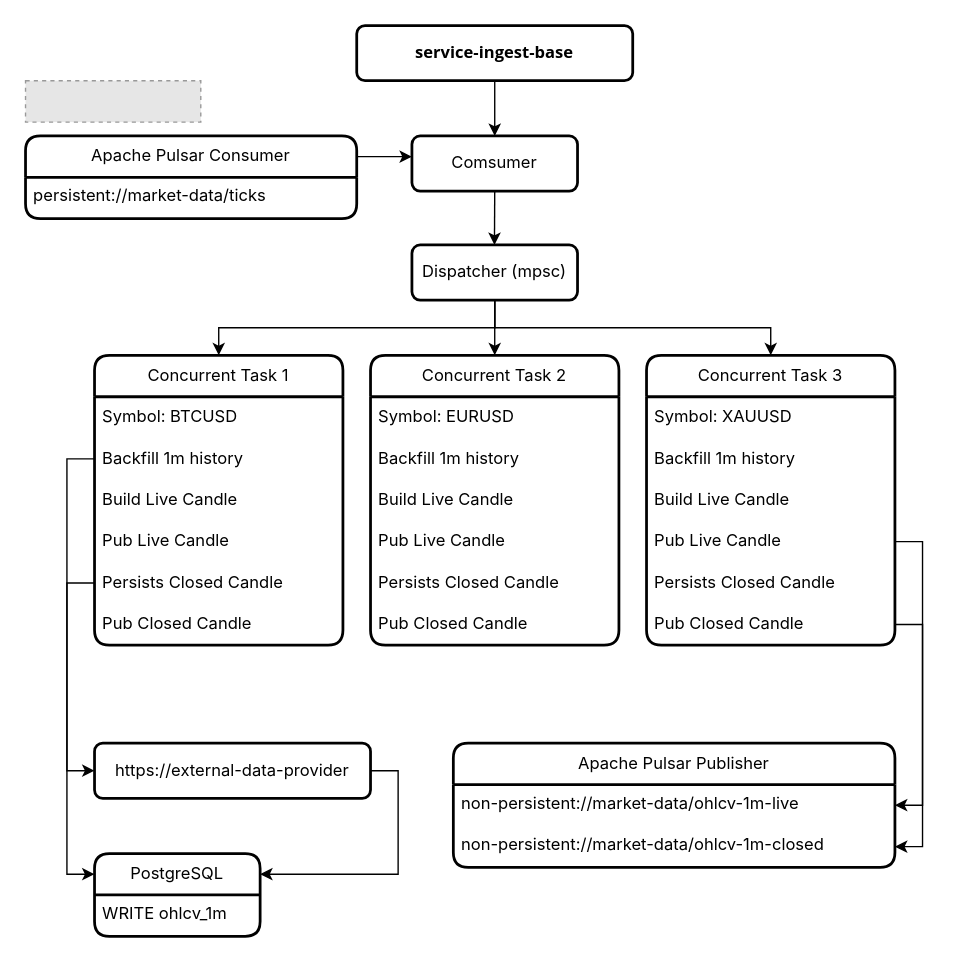
Before: backend/service-docs/docs/assets/service-ingest-base.drawio in rey-sudo/blacker, a draw.io diagram. Source tidied: cells renumbered, new cells numbered last; positions are measured from the earlier drawing's top-left corner, leaving out a move shared by most shapes. Both pictures are drawn from the tidied source at 138%, with x=0, y=0 at pixel (25, 25). Pictures stored in the file or linked from it are replaced by grey dashed boxes.
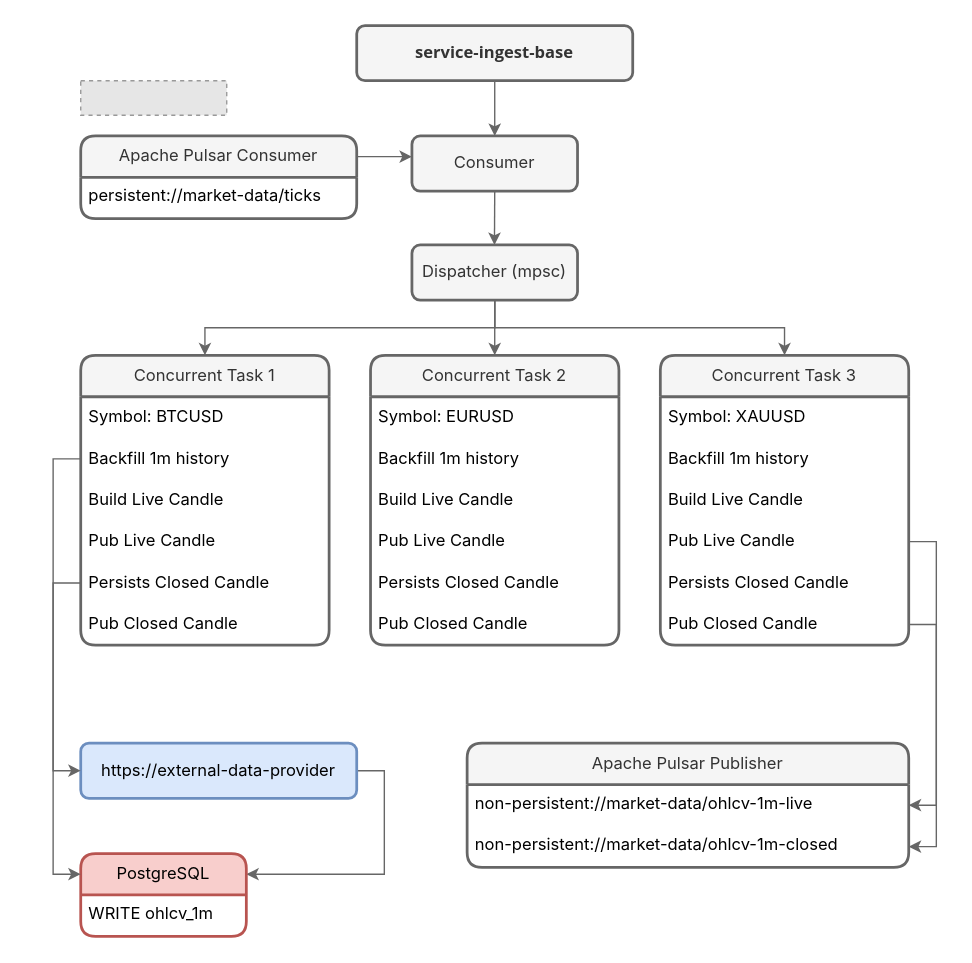
The same diagram, later.

Commit message (it also covers changes not shown here):
update : service-ingest-base documentation.

The change refers to these unchanged cells:
```xml
<mxCell id="24" value="Pub Live Candle" style="text;strokeColor=none;fillColor=none;align=left;verticalAlign=middle;spacingLeft=4;spacingRight=4;overflow=hidden;points=[[0,0.5],[1,0.5]];portConstraint=eastwest;whiteSpace=wrap;html=1;arcSize=12;fontFamily=Inter;" parent="20" vertex="1">
  <mxGeometry y="120" width="180" height="30" as="geometry" />
</mxCell>
<mxCell id="26" value="Pub Closed Candle" style="text;strokeColor=none;fillColor=none;align=left;verticalAlign=middle;spacingLeft=4;spacingRight=4;overflow=hidden;points=[[0,0.5],[1,0.5]];portConstraint=eastwest;whiteSpace=wrap;html=1;arcSize=12;fontFamily=Inter;" parent="20" vertex="1">
  <mxGeometry y="180" width="180" height="30" as="geometry" />
</mxCell>
<mxCell id="29" value="Backfill 1m history" style="text;strokeColor=none;fillColor=none;align=left;verticalAlign=middle;spacingLeft=4;spacingRight=4;overflow=hidden;points=[[0,0.5],[1,0.5]];portConstraint=eastwest;whiteSpace=wrap;html=1;arcSize=12;fontFamily=Inter;" parent="27" vertex="1">
  <mxGeometry y="60" width="180" height="30" as="geometry" />
</mxCell>
<mxCell id="32" value="Persists Closed Candle" style="text;strokeColor=none;fillColor=none;align=left;verticalAlign=middle;spacingLeft=4;spacingRight=4;overflow=hidden;points=[[0,0.5],[1,0.5]];portConstraint=eastwest;whiteSpace=wrap;html=1;arcSize=12;fontFamily=Inter;" parent="27" vertex="1">
  <mxGeometry y="150" width="180" height="30" as="geometry" />
</mxCell>
<mxCell id="39" value="non-persistent://market-data/ohlcv-1m-closed" style="text;strokeColor=none;fillColor=none;align=left;verticalAlign=top;spacingLeft=4;spacingRight=4;overflow=hidden;points=[[0,0.5],[1,0.5]];portConstraint=eastwest;whiteSpace=wrap;html=1;fontSize=12;fontFamily=Inter;" parent="37" vertex="1">
  <mxGeometry y="60" width="320" height="30" as="geometry" />
</mxCell>
```

Change to the diagram source:
```diff
@@
-    <mxCell id="2" style="edgeStyle=orthogonalEdgeStyle;rounded=0;jettySize=auto;html=1;exitX=0.5;exitY=1;exitDx=0;exitDy=0;entryX=0.5;entryY=0;entryDx=0;entryDy=0;" parent="1" edge="1" source="3" target="36">
+    <mxCell id="2" style="edgeStyle=orthogonalEdgeStyle;rounded=0;jettySize=auto;html=1;exitX=0.5;exitY=1;exitDx=0;exitDy=0;entryX=0.5;entryY=0;entryDx=0;entryDy=0;fillColor=#f5f5f5;strokeColor=#666666;" parent="1" edge="1" source="3" target="36">
       <mxGeometry relative="1" as="geometry" />
     </mxCell>
-    <mxCell id="3" value="&lt;b&gt;&lt;font face=&quot;Open Sans&quot;&gt;service-ingest-base&lt;/font&gt;&lt;/b&gt;" style="rounded=1;whiteSpace=wrap;html=1;fontFamily=Inter;fontSize=12;strokeWidth=2;" parent="1" vertex="1">
+    <mxCell id="3" value="&lt;b&gt;&lt;font face=&quot;Open Sans&quot;&gt;service-ingest-base&lt;/font&gt;&lt;/b&gt;" style="rounded=1;whiteSpace=wrap;html=1;fontFamily=Inter;fontSize=12;strokeWidth=2;fillColor=#f5f5f5;fontColor=#333333;strokeColor=#666666;" parent="1" vertex="1">
       <mxGeometry x="240" width="200" height="40" as="geometry" />
     </mxCell>
-    <mxCell id="4" style="fillColor=#E6E6E6;strokeColor=#999999;dashed=1;fontFamily=Inter;" parent="1" vertex="1">
-      <mxGeometry y="40" width="127" height="30" as="geometry" />
-    </mxCell>
-    <mxCell id="5" style="edgeStyle=orthogonalEdgeStyle;rounded=0;orthogonalLoop=1;jettySize=auto;html=1;exitX=0.5;exitY=1;exitDx=0;exitDy=0;fontFamily=Inter;" parent="1" edge="1">
+    <mxCell id="5" style="edgeStyle=orthogonalEdgeStyle;rounded=0;orthogonalLoop=1;jettySize=auto;html=1;exitX=0.5;exitY=1;exitDx=0;exitDy=0;fontFamily=Inter;fillColor=#f5f5f5;strokeColor=#666666;" parent="1" edge="1">
       <mxGeometry relative="1" as="geometry">
         <mxPoint x="340" y="120" as="sourcePoint" />
         <mxPoint x="339.8" y="159" as="targetPoint" />
       </mxGeometry>
     </mxCell>
-    <mxCell id="6" style="edgeStyle=orthogonalEdgeStyle;rounded=0;jettySize=auto;html=1;exitX=1;exitY=0.25;exitDx=0;exitDy=0;entryX=0;entryY=0.5;entryDx=0;entryDy=0;fontFamily=Inter;" parent="1" edge="1" source="7">
+    <mxCell id="6" style="edgeStyle=orthogonalEdgeStyle;rounded=0;jettySize=auto;html=1;exitX=1;exitY=0.25;exitDx=0;exitDy=0;entryX=0;entryY=0.5;entryDx=0;entryDy=0;fontFamily=Inter;fillColor=#f5f5f5;strokeColor=#666666;" parent="1" edge="1" source="7">
       <mxGeometry relative="1" as="geometry">
         <mxPoint x="280" y="95" as="targetPoint" />
       </mxGeometry>
     </mxCell>
-    <mxCell id="7" value="Apache Pulsar Consumer" style="swimlane;fontStyle=0;horizontal=1;startSize=30;whiteSpace=wrap;html=1;fontSize=12;fontFamily=Inter;verticalAlign=middle;rounded=1;arcSize=12;strokeWidth=2;" parent="1" vertex="1">
-      <mxGeometry y="80" width="240" height="60" as="geometry" />
-    </mxCell>
-    <mxCell id="8" value="persistent://market-data/ticks" style="text;strokeColor=none;fillColor=none;align=left;verticalAlign=top;spacingLeft=4;spacingRight=4;overflow=hidden;whiteSpace=wrap;html=1;fontSize=12;fontFamily=Inter;" parent="7" vertex="1">
-      <mxGeometry y="30" width="240" height="30" as="geometry" />
-    </mxCell>
-    <mxCell id="9" style="edgeStyle=orthogonalEdgeStyle;rounded=0;jettySize=auto;html=1;exitX=0.5;exitY=1;exitDx=0;exitDy=0;entryX=0.5;entryY=0;entryDx=0;entryDy=0;fontFamily=Inter;" parent="1" edge="1" source="12" target="27">
+    <mxCell id="9" style="edgeStyle=orthogonalEdgeStyle;rounded=0;jettySize=auto;html=1;exitX=0.5;exitY=1;exitDx=0;exitDy=0;entryX=0.5;entryY=0;entryDx=0;entryDy=0;fontFamily=Inter;fillColor=#f5f5f5;strokeColor=#666666;" parent="1" edge="1" source="12" target="27">
       <mxGeometry relative="1" as="geometry" />
     </mxCell>
-    <mxCell id="10" style="edgeStyle=orthogonalEdgeStyle;rounded=0;jettySize=auto;html=1;exitX=0.5;exitY=1;exitDx=0;exitDy=0;entryX=0.5;entryY=0;entryDx=0;entryDy=0;fontFamily=Inter;" parent="1" edge="1" source="12" target="20">
+    <mxCell id="10" style="edgeStyle=orthogonalEdgeStyle;rounded=0;jettySize=auto;html=1;exitX=0.5;exitY=1;exitDx=0;exitDy=0;entryX=0.5;entryY=0;entryDx=0;entryDy=0;fontFamily=Inter;fillColor=#f5f5f5;strokeColor=#666666;" parent="1" edge="1" source="12" target="20">
       <mxGeometry relative="1" as="geometry" />
     </mxCell>
-    <mxCell id="11" style="edgeStyle=orthogonalEdgeStyle;rounded=0;jettySize=auto;html=1;exitX=0.5;exitY=1;exitDx=0;exitDy=0;entryX=0.5;entryY=0;entryDx=0;entryDy=0;fontFamily=Inter;" parent="1" edge="1" source="12" target="13">
+    <mxCell id="11" style="edgeStyle=orthogonalEdgeStyle;rounded=0;jettySize=auto;html=1;exitX=0.5;exitY=1;exitDx=0;exitDy=0;entryX=0.5;entryY=0;entryDx=0;entryDy=0;fontFamily=Inter;fillColor=#f5f5f5;strokeColor=#666666;" parent="1" edge="1" source="12" target="13">
       <mxGeometry relative="1" as="geometry" />
     </mxCell>
-    <mxCell id="12" value="Dispatcher (mpsc)" style="rounded=1;whiteSpace=wrap;html=1;fontFamily=Inter;strokeWidth=2;" parent="1" vertex="1">
+    <mxCell id="12" value="Dispatcher (mpsc)" style="rounded=1;whiteSpace=wrap;html=1;fontFamily=Inter;strokeWidth=2;fillColor=#f5f5f5;fontColor=#333333;strokeColor=#666666;" parent="1" vertex="1">
       <mxGeometry x="280" y="159" width="120" height="40" as="geometry" />
     </mxCell>
-    <mxCell id="13" value="Concurrent Task 2" style="swimlane;fontStyle=0;horizontal=1;startSize=30;whiteSpace=wrap;html=1;rounded=1;arcSize=12;fontFamily=Inter;strokeWidth=2;" parent="1" vertex="1">
+    <mxCell id="13" value="Concurrent Task 2" style="swimlane;fontStyle=0;horizontal=1;startSize=30;whiteSpace=wrap;html=1;rounded=1;arcSize=12;fontFamily=Inter;strokeWidth=2;fillColor=#f5f5f5;fontColor=#333333;strokeColor=#666666;swimlaneFillColor=default;" parent="1" vertex="1">
       <mxGeometry x="250" y="239" width="180" height="210" as="geometry" />
     </mxCell>
@@
-    <mxCell id="20" value="Concurrent Task 3" style="swimlane;fontStyle=0;horizontal=1;startSize=30;whiteSpace=wrap;html=1;rounded=1;arcSize=12;fontFamily=Inter;strokeWidth=2;" parent="1" vertex="1">
-      <mxGeometry x="450" y="239" width="180" height="210" as="geometry" />
+    <mxCell id="20" value="Concurrent Task 3" style="swimlane;fontStyle=0;horizontal=1;startSize=30;whiteSpace=wrap;html=1;rounded=1;arcSize=12;fontFamily=Inter;strokeWidth=2;swimlaneFillColor=default;fillColor=#f5f5f5;fontColor=#333333;strokeColor=#666666;" parent="1" vertex="1">
+      <mxGeometry x="460" y="239" width="180" height="210" as="geometry" />
     </mxCell>
@@
-    <mxCell id="27" value="Concurrent Task 1" style="swimlane;fontStyle=0;horizontal=1;startSize=30;whiteSpace=wrap;html=1;rounded=1;arcSize=12;fontFamily=Inter;strokeWidth=2;" parent="1" vertex="1">
-      <mxGeometry x="50" y="239" width="180" height="210" as="geometry" />
+    <mxCell id="27" value="Concurrent Task 1" style="swimlane;fontStyle=0;horizontal=1;startSize=30;whiteSpace=wrap;html=1;rounded=1;arcSize=12;fontFamily=Inter;strokeWidth=2;fillColor=#f5f5f5;strokeColor=#666666;swimlaneFillColor=default;fontColor=#333333;" parent="1" vertex="1">
+      <mxGeometry x="40" y="239" width="180" height="210" as="geometry" />
     </mxCell>
@@
-    <mxCell id="34" style="edgeStyle=orthogonalEdgeStyle;rounded=0;jettySize=auto;html=1;exitX=1;exitY=0.5;exitDx=0;exitDy=0;entryX=1;entryY=0.25;entryDx=0;entryDy=0;" parent="1" edge="1" source="35" target="40">
+    <mxCell id="34" style="edgeStyle=orthogonalEdgeStyle;rounded=0;jettySize=auto;html=1;exitX=1;exitY=0.5;exitDx=0;exitDy=0;entryX=1;entryY=0.25;entryDx=0;entryDy=0;fillColor=#f5f5f5;strokeColor=#666666;" parent="1" edge="1" source="35" target="40">
       <mxGeometry relative="1" as="geometry" />
     </mxCell>
-    <mxCell id="35" value="https://external-data-provider" style="rounded=1;whiteSpace=wrap;html=1;fontFamily=Inter;fontSize=12;strokeWidth=2;" parent="1" vertex="1">
-      <mxGeometry x="50" y="520" width="200" height="40" as="geometry" />
+    <mxCell id="35" value="https://external-data-provider" style="rounded=1;whiteSpace=wrap;html=1;fontFamily=Inter;fontSize=12;strokeWidth=2;fillColor=#dae8fc;strokeColor=#6c8ebf;" parent="1" vertex="1">
+      <mxGeometry x="40" y="520" width="200" height="40" as="geometry" />
     </mxCell>
-    <mxCell id="36" value="&lt;font&gt;Comsumer&lt;/font&gt;" style="rounded=1;whiteSpace=wrap;html=1;fontFamily=Inter;strokeWidth=2;" parent="1" vertex="1">
+    <mxCell id="36" value="&lt;font&gt;Consumer&lt;/font&gt;" style="rounded=1;whiteSpace=wrap;html=1;fontFamily=Inter;strokeWidth=2;fillColor=#f5f5f5;fontColor=#333333;strokeColor=#666666;" parent="1" vertex="1">
       <mxGeometry x="280" y="80" width="120" height="40" as="geometry" />
     </mxCell>
-    <mxCell id="37" value="Apache Pulsar Publisher" style="swimlane;fontStyle=0;horizontal=1;startSize=30;whiteSpace=wrap;html=1;fontSize=12;fontFamily=Inter;verticalAlign=middle;rounded=1;arcSize=12;strokeWidth=2;" parent="1" vertex="1">
-      <mxGeometry x="310" y="520" width="320" height="90" as="geometry" />
+    <mxCell id="37" value="Apache Pulsar Publisher" style="swimlane;fontStyle=0;horizontal=1;startSize=30;whiteSpace=wrap;html=1;fontSize=12;fontFamily=Inter;verticalAlign=middle;rounded=1;arcSize=12;strokeWidth=2;swimlaneFillColor=default;fillColor=#f5f5f5;fontColor=#333333;strokeColor=#666666;" parent="1" vertex="1">
+      <mxGeometry x="320" y="520" width="320" height="90" as="geometry" />
     </mxCell>
@@
-    <mxCell id="40" value="PostgreSQL" style="swimlane;fontStyle=0;horizontal=1;startSize=30;whiteSpace=wrap;html=1;fontSize=12;fontFamily=Inter;verticalAlign=middle;rounded=1;arcSize=12;strokeWidth=2;" parent="1" vertex="1">
-      <mxGeometry x="50" y="600" width="120" height="60" as="geometry" />
+    <mxCell id="40" value="PostgreSQL" style="swimlane;fontStyle=0;horizontal=1;startSize=30;whiteSpace=wrap;html=1;fontSize=12;fontFamily=Inter;verticalAlign=middle;rounded=1;arcSize=12;strokeWidth=2;fillColor=#f8cecc;strokeColor=#b85450;swimlaneFillColor=default;" parent="1" vertex="1">
+      <mxGeometry x="40" y="600" width="120" height="60" as="geometry" />
     </mxCell>
@@
-    <mxCell id="42" style="edgeStyle=orthogonalEdgeStyle;rounded=0;jettySize=auto;html=1;exitX=0;exitY=0.5;exitDx=0;exitDy=0;entryX=0;entryY=0.5;entryDx=0;entryDy=0;" parent="1" edge="1" source="29" target="35">
+    <mxCell id="42" style="edgeStyle=orthogonalEdgeStyle;rounded=0;jettySize=auto;html=1;exitX=0;exitY=0.5;exitDx=0;exitDy=0;entryX=0;entryY=0.5;entryDx=0;entryDy=0;fillColor=#f5f5f5;strokeColor=#666666;" parent="1" edge="1" source="29" target="35">
       <mxGeometry relative="1" as="geometry" />
     </mxCell>
-    <mxCell id="43" style="edgeStyle=orthogonalEdgeStyle;rounded=0;jettySize=auto;html=1;exitX=0;exitY=0.5;exitDx=0;exitDy=0;entryX=0;entryY=0.25;entryDx=0;entryDy=0;" parent="1" edge="1" source="32" target="40">
+    <mxCell id="43" style="edgeStyle=orthogonalEdgeStyle;rounded=0;jettySize=auto;html=1;exitX=0;exitY=0.5;exitDx=0;exitDy=0;entryX=0;entryY=0.25;entryDx=0;entryDy=0;fillColor=#f5f5f5;strokeColor=#666666;" parent="1" edge="1" source="32" target="40">
       <mxGeometry relative="1" as="geometry" />
     </mxCell>
-    <mxCell id="44" style="edgeStyle=orthogonalEdgeStyle;rounded=0;jettySize=auto;html=1;exitX=1;exitY=0.5;exitDx=0;exitDy=0;entryX=1;entryY=0.5;entryDx=0;entryDy=0;" parent="1" edge="1" source="26" target="39">
+    <mxCell id="44" style="edgeStyle=orthogonalEdgeStyle;rounded=0;jettySize=auto;html=1;exitX=1;exitY=0.5;exitDx=0;exitDy=0;entryX=1;entryY=0.5;entryDx=0;entryDy=0;fillColor=#f5f5f5;strokeColor=#666666;" parent="1" edge="1" source="26" target="39">
       <mxGeometry relative="1" as="geometry" />
     </mxCell>
-    <mxCell id="45" style="edgeStyle=orthogonalEdgeStyle;rounded=0;jettySize=auto;html=1;exitX=1;exitY=0.5;exitDx=0;exitDy=0;entryX=1;entryY=0.5;entryDx=0;entryDy=0;" parent="1" edge="1" source="24" target="37">
+    <mxCell id="45" style="edgeStyle=orthogonalEdgeStyle;rounded=0;jettySize=auto;html=1;exitX=1;exitY=0.5;exitDx=0;exitDy=0;entryX=1;entryY=0.5;entryDx=0;entryDy=0;fillColor=#f5f5f5;strokeColor=#666666;" parent="1" edge="1" source="24" target="37">
       <mxGeometry relative="1" as="geometry" />
     </mxCell>
+    <mxCell id="46" style="group;" parent="1" vertex="1">
+      <mxGeometry x="40" y="40" width="200" height="100" as="geometry" />
+    </mxCell>
+    <mxCell id="4" style="fillColor=#E6E6E6;strokeColor=#999999;dashed=1;fontFamily=Inter;" parent="46" vertex="1">
+      <mxGeometry width="105.8" height="25" as="geometry" />
+    </mxCell>
+    <mxCell id="7" value="Apache Pulsar Consumer" style="swimlane;fontStyle=0;horizontal=1;startSize=30;whiteSpace=wrap;html=1;fontSize=12;fontFamily=Inter;verticalAlign=middle;rounded=1;arcSize=12;strokeWidth=2;swimlaneFillColor=default;fillColor=#f5f5f5;fontColor=#333333;strokeColor=#666666;" parent="46" vertex="1">
+      <mxGeometry y="40" width="200" height="60" as="geometry" />
+    </mxCell>
+    <mxCell id="8" value="persistent://market-data/ticks" style="text;strokeColor=none;fillColor=none;align=left;verticalAlign=top;spacingLeft=4;spacingRight=4;overflow=hidden;whiteSpace=wrap;html=1;fontSize=12;fontFamily=Inter;" parent="7" vertex="1">
+      <mxGeometry y="30" width="200" height="30" as="geometry" />
+    </mxCell>
```
